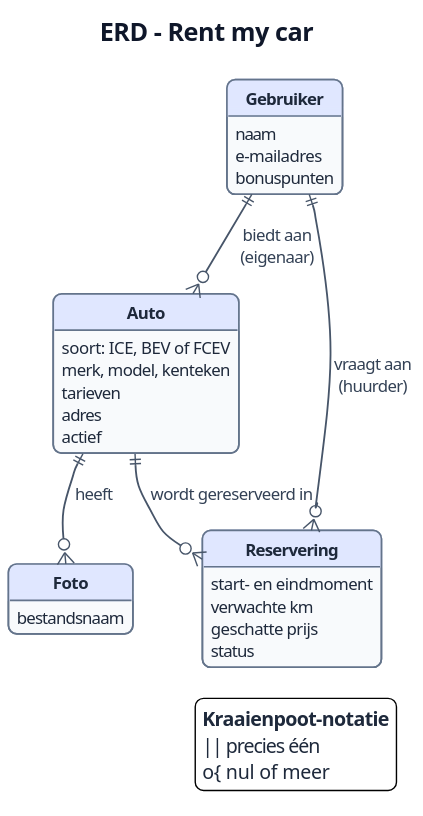
This is docs/images/erd.svg from ThimoHarte/RentMyCar, a PlantUML export, as it was before one commit. Source of this version:
```plantuml
@startuml
!pragma layout smetana
!include style.iuml

title ERD - Rent my car

hide circle
hide empty members
skinparam linetype ortho

entity "Gebruiker" as User {
  naam
  e-mailadres
  bonuspunten
}

entity "Auto" as Car {
  soort: ICE, BEV of FCEV
  merk, model, kenteken
  tarieven
  adres
  actief
}

entity "Foto" as Photo {
  bestandsnaam
}

entity "Reservering" as Reservation {
  start- en eindmoment
  verwachte km
  geschatte prijs
  status
}

User ||--o{ Car : "biedt aan\n(eigenaar)"
User ||--o{ Reservation : "vraagt aan\n(huurder)"
Car ||--o{ Reservation : "wordt gereserveerd in"
Car ||--o{ Photo : "heeft"

legend right
  <b>Kraaienpoot-notatie</b>
  ||  precies één
  o{  nul of meer
endlegend
@enduml
```
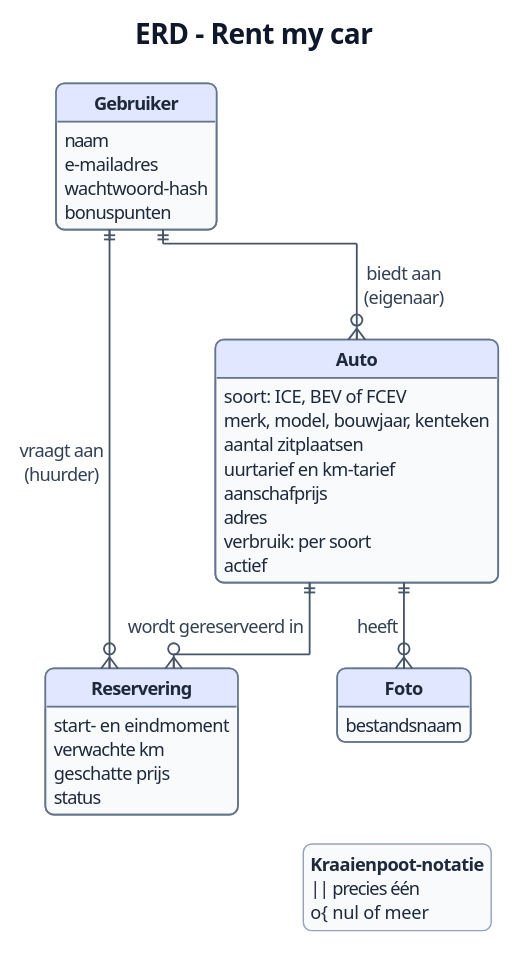
After the change.

The edit, as a diff of the source:
```diff
@@ -1,6 +1,6 @@
 @startuml
-!pragma layout smetana
 !include style.iuml
+!pragma layout elk
 
 title ERD - Rent my car
 
@@ -11,14 +11,18 @@
 entity "Gebruiker" as User {
   naam
   e-mailadres
+  wachtwoord-hash
   bonuspunten
 }
 
 entity "Auto" as Car {
   soort: ICE, BEV of FCEV
-  merk, model, kenteken
-  tarieven
+  merk, model, bouwjaar, kenteken
+  aantal zitplaatsen
+  uurtarief en km-tarief
+  aanschafprijs
   adres
+  verbruik: per soort
   actief
 }
 
```
